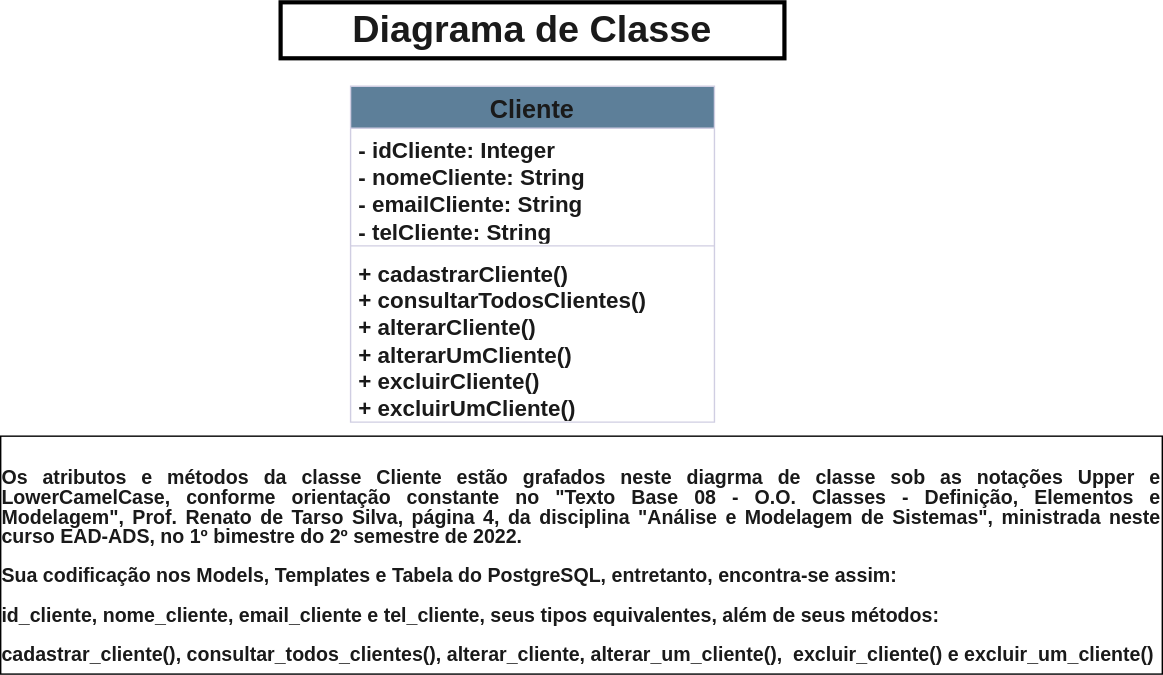
Above: diagramaDeClasse.svg in RicardoDWeb/SoftwareProducts2023 (draw.io), before the change. Source tidied: cells renumbered, new cells last; positions are measured from the earlier drawing's top-left corner, leaving out a move shared by most shapes.
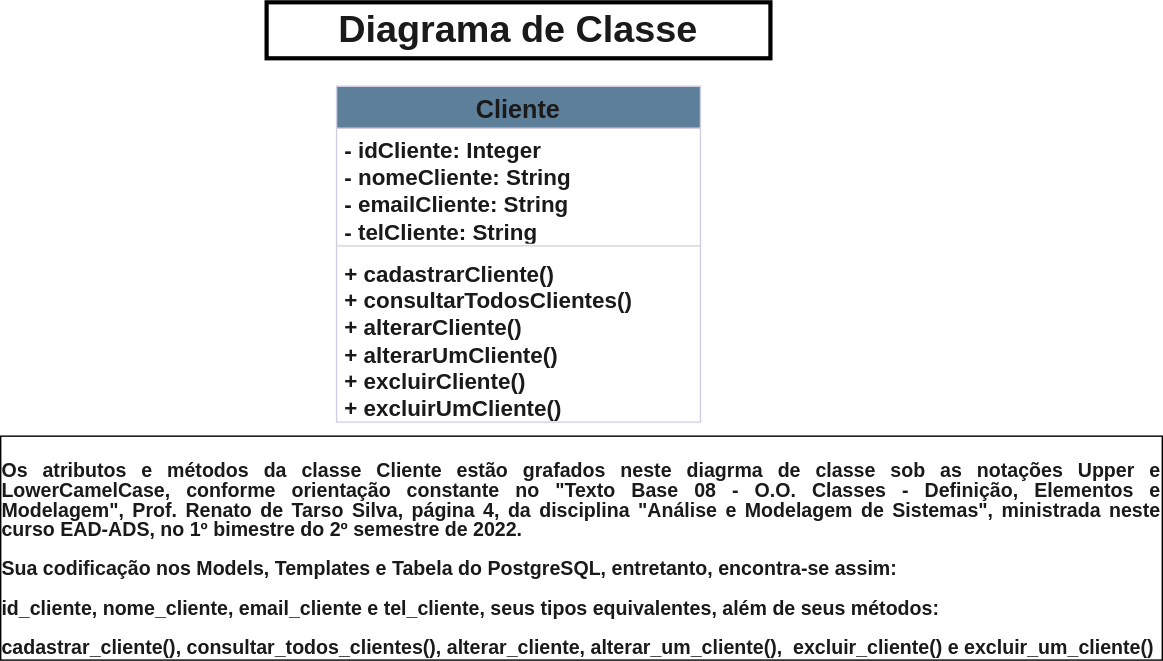
Above is the later version.

Diff of the diagram source:
```diff
@@ -2,20 +2,20 @@
   <root>
     <mxCell id="0" />
     <mxCell id="1" parent="0" />
-    <mxCell id="2" value="&lt;font style=&quot;font-size: 18px;&quot;&gt;Cliente&lt;/font&gt;" style="swimlane;fontStyle=1;align=center;verticalAlign=top;horizontal=1;startSize=30;whiteSpace=wrap;html=1;labelBackgroundColor=none;fillColor=#5D7F99;strokeColor=#D0CEE2;fontColor=#1A1A1A;" parent="1" vertex="1">
+    <mxCell id="2" value="&lt;font style=&quot;font-size: 18px;&quot;&gt;Cliente&lt;/font&gt;" style="swimlane;fontStyle=1;align=center;verticalAlign=top;horizontal=1;startSize=30;whiteSpace=wrap;html=1;labelBackgroundColor=none;fillColor=#5D7F99;strokeColor=#D0CEE2;fontColor=#1A1A1A;labelBorderColor=none;" parent="1" vertex="1">
       <mxGeometry x="250" y="60" width="260" height="240" as="geometry" />
     </mxCell>
-    <mxCell id="3" value="&lt;b style=&quot;font-size: 16px;&quot;&gt;- idCliente: Integer&lt;br&gt;- nomeCliente: String&lt;br&gt;- emailCliente: String&lt;br&gt;- telCliente: String&lt;/b&gt;" style="text;strokeColor=none;fillColor=none;align=left;verticalAlign=top;spacingLeft=4;spacingRight=4;overflow=hidden;whiteSpace=wrap;html=1;labelBackgroundColor=none;fontColor=#1A1A1A;" parent="2" vertex="1">
+    <mxCell id="3" value="&lt;b style=&quot;font-size: 16px;&quot;&gt;- idCliente: Integer&lt;br&gt;- nomeCliente: String&lt;br&gt;- emailCliente: String&lt;br&gt;- telCliente: String&lt;/b&gt;" style="text;strokeColor=none;fillColor=none;align=left;verticalAlign=top;spacingLeft=4;spacingRight=4;overflow=hidden;whiteSpace=wrap;html=1;labelBackgroundColor=none;fontColor=#1A1A1A;labelBorderColor=none;" parent="2" vertex="1">
       <mxGeometry y="30" width="260" height="80" as="geometry" />
     </mxCell>
     <mxCell id="4" style="line;strokeWidth=1;fillColor=none;align=left;verticalAlign=middle;spacingTop=-1;spacingLeft=3;spacingRight=3;labelPosition=right;labelBackgroundColor=none;strokeColor=#D0CEE2;fontColor=#1A1A1A;" parent="2" vertex="1">
       <mxGeometry y="110" width="260" height="8" as="geometry" />
     </mxCell>
-    <mxCell id="5" value="&lt;b style=&quot;font-size: 16px;&quot;&gt;+ cadastrarCliente()&lt;br&gt;+ consultarTodosClientes()&lt;br&gt;+ alterarCliente()&lt;br&gt;+ alterarUmCliente()&lt;br&gt;+ excluirCliente()&lt;br&gt;+ excluirUmCliente()&lt;/b&gt;" style="text;strokeColor=none;fillColor=none;align=left;verticalAlign=top;spacingLeft=4;spacingRight=4;overflow=hidden;whiteSpace=wrap;html=1;labelBackgroundColor=none;fontColor=#1A1A1A;" parent="2" vertex="1">
+    <mxCell id="5" value="&lt;b style=&quot;font-size: 16px;&quot;&gt;+ cadastrarCliente()&lt;br&gt;+ consultarTodosClientes()&lt;br&gt;+ alterarCliente()&lt;br&gt;+ alterarUmCliente()&lt;br&gt;+ excluirCliente()&lt;br&gt;+ excluirUmCliente()&lt;/b&gt;" style="text;strokeColor=none;fillColor=none;align=left;verticalAlign=top;spacingLeft=4;spacingRight=4;overflow=hidden;whiteSpace=wrap;html=1;labelBackgroundColor=none;fontColor=#1A1A1A;labelBorderColor=none;" parent="2" vertex="1">
       <mxGeometry y="118" width="260" height="122" as="geometry" />
     </mxCell>
     <mxCell id="6" value="&lt;div style=&quot;text-align: justify; font-size: 14px;&quot;&gt;&lt;p style=&quot;line-height: 100%; margin-bottom: 0cm&quot; align=&quot;justify&quot;&gt;&lt;font style=&quot;font-size: 14px;&quot;&gt;&lt;b&gt;Os atributos e métodos da classe Cliente estão grafados neste diagrma de classe sob as&amp;nbsp;notações Upper e LowerCamelCase, conforme orientação constante no &quot;Texto Base 08 - O.O. Classes - Definição, Elementos e Modelagem&quot;,&amp;nbsp;Prof. Renato de Tarso Silva, página 4, da disciplina &quot;Análise e Modelagem de Sistemas&quot;, ministrada neste curso EAD-ADS, no 1º bimestre do 2º semestre de 2022.&lt;/b&gt;&lt;/font&gt;&lt;/p&gt;&lt;p style=&quot;line-height: 100%; margin-bottom: 0cm&quot; align=&quot;justify&quot;&gt;&lt;b&gt;&lt;span style=&quot;background-color: initial;&quot;&gt;Sua&amp;nbsp;&lt;/span&gt;&lt;span style=&quot;background-color: initial;&quot;&gt;codificação nos Models, Templates e Tabela do PostgreSQL,&amp;nbsp;&lt;/span&gt;&lt;span style=&quot;background-color: initial;&quot;&gt;entretanto, encontra-se assim:&lt;/span&gt;&lt;/b&gt;&lt;/p&gt;&lt;p style=&quot;line-height: 100%; margin-bottom: 0cm&quot; align=&quot;justify&quot;&gt;&lt;font style=&quot;font-size: 14px;&quot;&gt;&lt;b&gt;id_cliente, nome_cliente, email_cliente e tel_cliente, seus tipos equivalentes,&amp;nbsp;além de seus métodos:&lt;/b&gt;&lt;/font&gt;&lt;/p&gt;&lt;p style=&quot;line-height: 100%; margin-bottom: 0cm&quot; align=&quot;justify&quot;&gt;&lt;font style=&quot;font-size: 14px;&quot;&gt;&lt;b&gt;cadastrar_cliente(), consultar_todos_clientes(), alterar_cliente, alterar_um_cliente(),&amp;nbsp; excluir_cliente() e excluir_um_cliente()&lt;/b&gt;&lt;/font&gt;&lt;/p&gt;&lt;/div&gt;" style="text;align=center;fillColor=none;html=1;verticalAlign=middle;whiteSpace=wrap;rounded=0;labelBackgroundColor=none;fontColor=#1A1A1A;strokeColor=default;" parent="1" vertex="1">
-      <mxGeometry y="310" width="830" height="170" as="geometry" />
+      <mxGeometry x="10" y="310" width="830" height="160" as="geometry" />
     </mxCell>
     <mxCell id="7" value="&lt;font style=&quot;font-size: 27px;&quot;&gt;&lt;b&gt;Diagrama de Classe&lt;/b&gt;&lt;/font&gt;" style="text;align=center;fillColor=none;html=1;verticalAlign=middle;whiteSpace=wrap;rounded=0;strokeWidth=3;labelBackgroundColor=none;fontColor=#1A1A1A;strokeColor=default;" parent="1" vertex="1">
       <mxGeometry x="200" width="360" height="40" as="geometry" />
```
